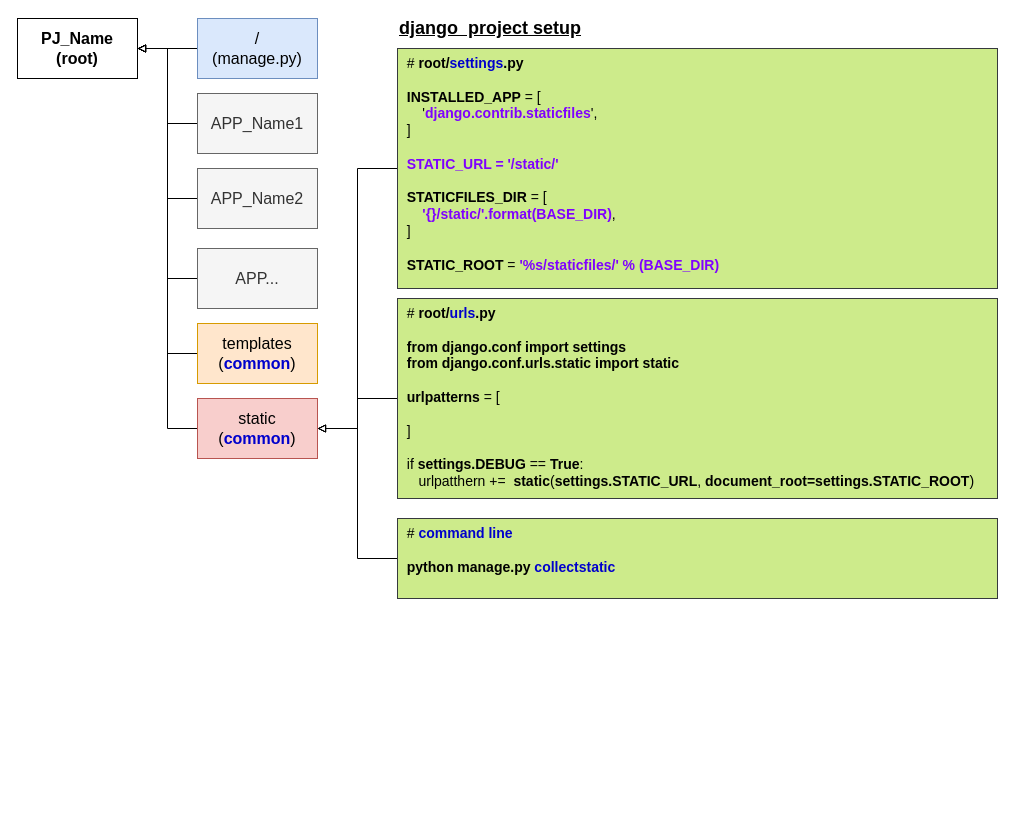
Above: django_blog/draw/08_static_files.drawio in AuroraBoreas/Web_django (draw.io), before the change. Source tidied: cells renumbered, new cells numbered last; positions are measured from the earlier drawing's top-left corner, leaving out a move shared by most shapes. Both pictures are drawn from the tidied source at 100%, with x=0, y=0 at pixel (17, 18).
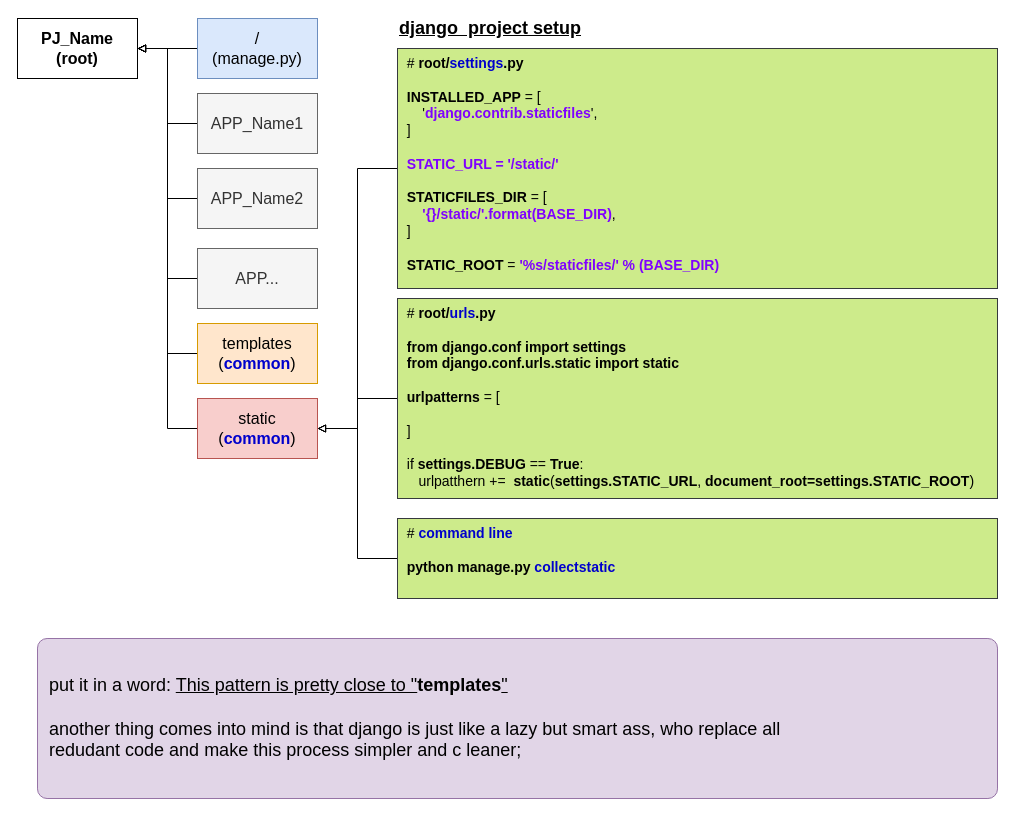
The same diagram, later.

What changed in the source:
```diff
@@
+    <mxCell id="22" value="&amp;nbsp; put it in a word: &lt;u&gt;This pattern is pretty close to &quot;&lt;/u&gt;&lt;b style=&quot;font-size: 18px&quot;&gt;templates&lt;/b&gt;&lt;u&gt;&quot;&lt;/u&gt;&lt;br&gt;&lt;br&gt;&amp;nbsp; another thing comes into mind is that django is just like a lazy but smart ass, who replace all &lt;br&gt;&amp;nbsp; redudant code and make this process simpler and c leaner;" style="rounded=1;whiteSpace=wrap;html=1;fontSize=18;fillColor=#e1d5e7;strokeColor=#9673a6;align=left;arcSize=6;" parent="1" vertex="1">
+      <mxGeometry x="20" y="620" width="960" height="160" as="geometry" />
+    </mxCell>
```
